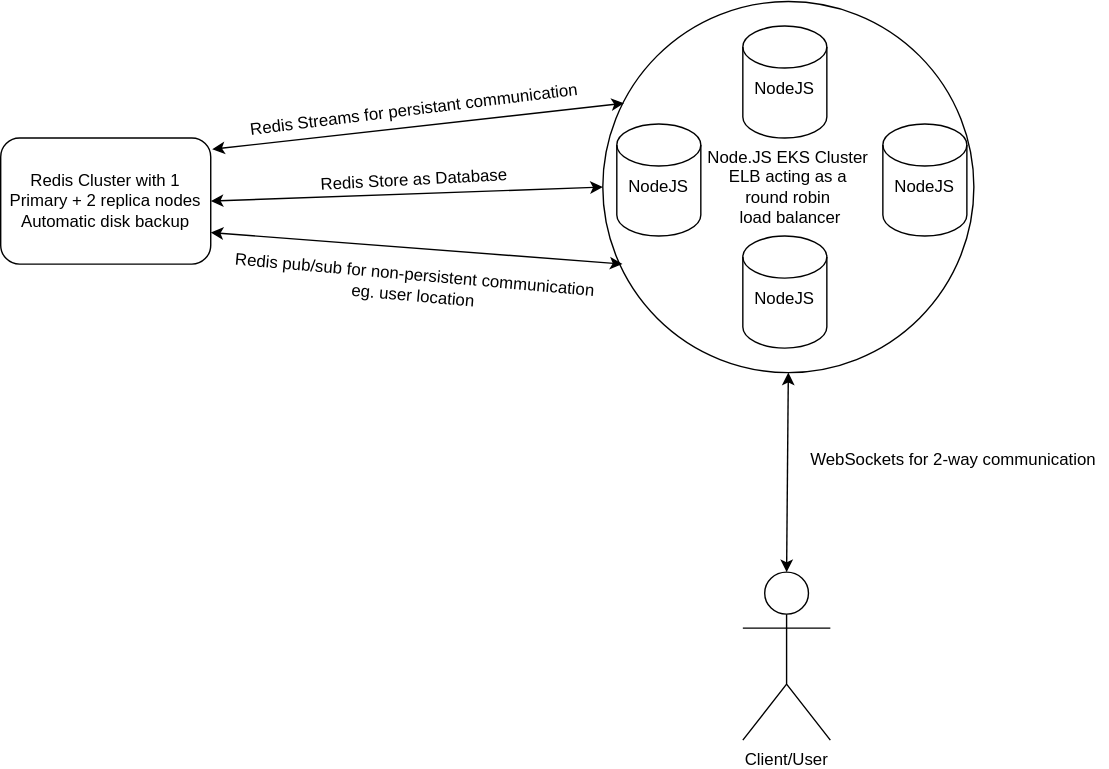
Above: collaborative.svg in sachinmour/collaboration (draw.io), before the change. Source tidied: cells renumbered, new cells last; positions are measured from the earlier drawing's top-left corner, leaving out a move shared by most shapes.
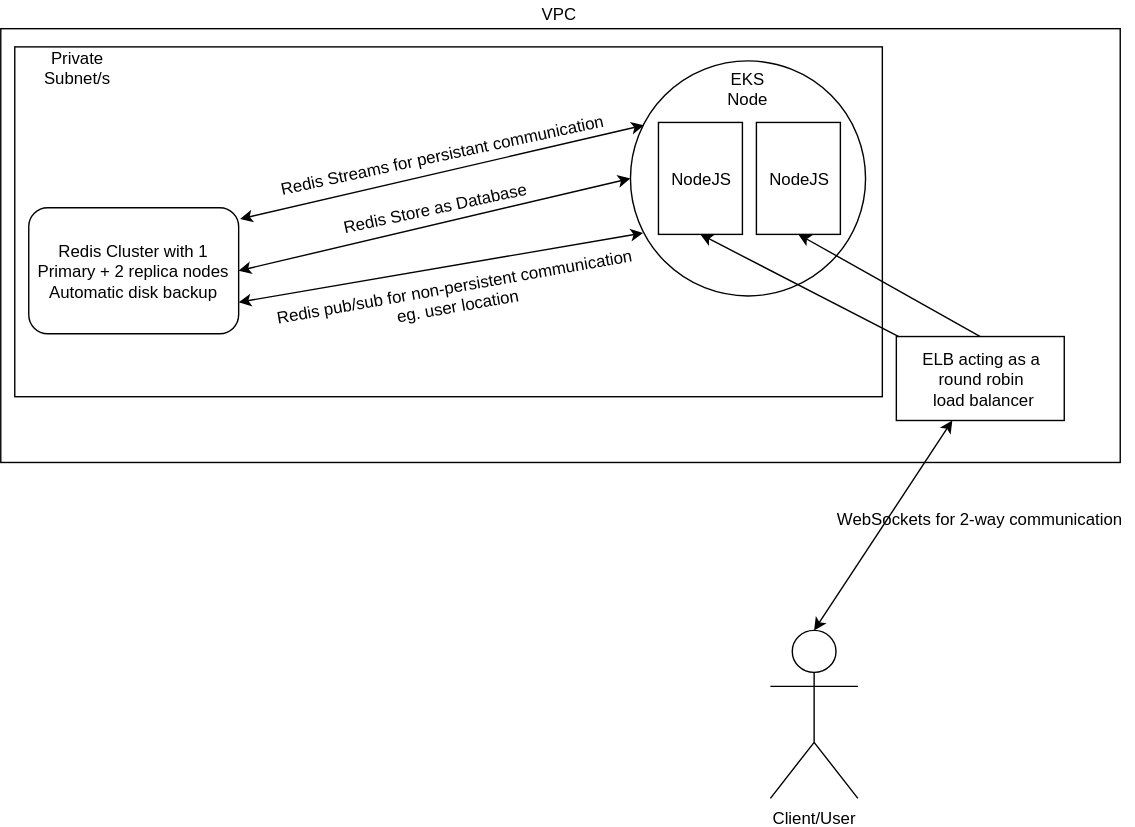
Later version of the same file.

Change to the diagram source:
```diff
@@ -2,52 +2,70 @@
   <root>
     <mxCell id="0" />
     <mxCell id="1" parent="0" />
-    <mxCell id="2" value="Redis Cluster with 1 Primary + 2 replica nodes&lt;br&gt;Automatic disk backup" style="rounded=1;whiteSpace=wrap;html=1;rotation=0;" parent="1" vertex="1">
-      <mxGeometry y="98" width="150" height="90" as="geometry" />
-    </mxCell>
+    <mxCell id="17" style="rounded=0;whiteSpace=wrap;html=1;" parent="1" vertex="1">
+      <mxGeometry x="-20" y="-22" width="800" height="310" as="geometry" />
+    </mxCell>
+    <mxCell id="18" style="rounded=0;whiteSpace=wrap;html=1;" parent="1" vertex="1">
+      <mxGeometry x="-10" y="-9" width="620" height="250" as="geometry" />
+    </mxCell>
-    <mxCell id="3" value="Node.JS EKS Cluster&lt;br&gt;ALB acting as a &lt;br&gt;round robin&lt;br&gt;&amp;nbsp;load balancer" style="ellipse;whiteSpace=wrap;html=1;" parent="1" vertex="1">
-      <mxGeometry x="430" y="0.5" width="265" height="265" as="geometry" />
+    <mxCell id="3" style="ellipse;whiteSpace=wrap;html=1;" parent="1" vertex="1">
+      <mxGeometry x="430" y="1" width="168" height="168" as="geometry" />
     </mxCell>
-    <mxCell id="4" value="NodeJS" style="shape=cylinder3;whiteSpace=wrap;html=1;boundedLbl=1;backgroundOutline=1;size=15;" parent="1" vertex="1">
-      <mxGeometry x="530" y="18" width="60" height="80" as="geometry" />
-    </mxCell>
     <mxCell id="5" value="NodeJS" style="shape=cylinder3;whiteSpace=wrap;html=1;boundedLbl=1;backgroundOutline=1;size=15;" parent="1" vertex="1">
-      <mxGeometry x="440" y="88" width="60" height="80" as="geometry" />
+      <mxGeometry x="450" y="45" width="60" height="80" as="geometry" />
     </mxCell>
-    <mxCell id="6" value="NodeJS" style="shape=cylinder3;whiteSpace=wrap;html=1;boundedLbl=1;backgroundOutline=1;size=15;" parent="1" vertex="1">
-      <mxGeometry x="630" y="88" width="60" height="80" as="geometry" />
-    </mxCell>
     <mxCell id="7" value="NodeJS" style="shape=cylinder3;whiteSpace=wrap;html=1;boundedLbl=1;backgroundOutline=1;size=15;" parent="1" vertex="1">
-      <mxGeometry x="530" y="168" width="60" height="80" as="geometry" />
+      <mxGeometry x="520" y="45" width="60" height="80" as="geometry" />
     </mxCell>
     <mxCell id="8" style="endArrow=classic;startArrow=classic;html=1;exitX=1.007;exitY=0.089;exitDx=0;exitDy=0;exitPerimeter=0;entryX=0.057;entryY=0.274;entryDx=0;entryDy=0;entryPerimeter=0;" parent="1" edge="1" source="2" target="3">
       <mxGeometry relative="1" as="geometry" />
     </mxCell>
-    <mxCell id="9" value="Redis Streams for persistant communication" style="text;html=1;align=center;verticalAlign=middle;rotation=-7;" parent="1" vertex="1">
-      <mxGeometry x="170" y="68" width="250" height="20" as="geometry" />
+    <mxCell id="9" value="Redis Streams for persistant communication" style="text;html=1;align=center;verticalAlign=middle;rotation=-12;" parent="1" vertex="1">
+      <mxGeometry x="170" y="58" width="250" height="20" as="geometry" />
     </mxCell>
-    <mxCell id="10" style="endArrow=classic;startArrow=classic;html=1;exitX=1;exitY=0.75;exitDx=0;exitDy=0;entryX=0.057;entryY=0.274;entryDx=0;entryDy=0;entryPerimeter=0;" parent="1" edge="1" source="2">
-      <mxGeometry relative="1" as="geometry">
-        <mxPoint x="444.1" y="188" as="targetPoint" />
-      </mxGeometry>
+    <mxCell id="10" style="endArrow=classic;startArrow=classic;html=1;exitX=1;exitY=0.75;exitDx=0;exitDy=0;entryX=0.054;entryY=0.732;entryDx=0;entryDy=0;entryPerimeter=0;" parent="1" edge="1" source="2" target="3">
+      <mxGeometry relative="1" as="geometry" />
     </mxCell>
-    <mxCell id="11" value="Redis pub/sub for non-persistent communication&lt;br&gt;eg. user location" style="text;html=1;align=center;verticalAlign=middle;rotation=5;" parent="1" vertex="1">
-      <mxGeometry x="160" y="188" width="270" height="30" as="geometry" />
+    <mxCell id="11" value="Redis pub/sub for non-persistent communication&lt;br&gt;eg. user location" style="text;html=1;align=center;verticalAlign=middle;rotation=-10;" parent="1" vertex="1">
+      <mxGeometry x="170" y="154" width="270" height="30" as="geometry" />
     </mxCell>
     <mxCell id="12" style="endArrow=classic;startArrow=classic;html=1;exitX=1;exitY=0.5;exitDx=0;exitDy=0;entryX=0;entryY=0.5;entryDx=0;entryDy=0;" parent="1" edge="1" source="2" target="3">
       <mxGeometry relative="1" as="geometry" />
     </mxCell>
-    <mxCell id="13" value="Redis Store as Database" style="text;html=1;align=center;verticalAlign=middle;rotation=-3;" parent="1" vertex="1">
-      <mxGeometry x="220" y="118" width="150" height="20" as="geometry" />
+    <mxCell id="13" value="Redis Store as Database" style="text;html=1;align=center;verticalAlign=middle;rotation=-12;" parent="1" vertex="1">
+      <mxGeometry x="215" y="96" width="150" height="20" as="geometry" />
     </mxCell>
     <mxCell id="14" value="Client/User" style="shape=umlActor;verticalLabelPosition=bottom;verticalAlign=top;html=1;outlineConnect=0;" parent="1" vertex="1">
       <mxGeometry x="530" y="408" width="62.5" height="120" as="geometry" />
     </mxCell>
-    <mxCell id="15" style="endArrow=classic;startArrow=classic;html=1;exitX=0.5;exitY=0;exitDx=0;exitDy=0;exitPerimeter=0;entryX=0.5;entryY=1;entryDx=0;entryDy=0;" parent="1" edge="1" source="14" target="3">
-      <mxGeometry relative="1" as="geometry" />
+    <mxCell id="15" style="endArrow=classic;startArrow=classic;html=1;exitX=0.5;exitY=0;exitDx=0;exitDy=0;exitPerimeter=0;" parent="1" edge="1" source="14">
+      <mxGeometry relative="1" as="geometry">
+        <mxPoint x="660" y="258" as="targetPoint" />
+      </mxGeometry>
     </mxCell>
     <mxCell id="16" value="WebSockets for 2-way communication" style="text;html=1;align=center;verticalAlign=middle;rotation=0;" parent="1" vertex="1">
       <mxGeometry x="570" y="318" width="220" height="20" as="geometry" />
     </mxCell>
+    <mxCell id="19" value="&lt;div&gt;&lt;span&gt;ELB acting as a&lt;/span&gt;&lt;br&gt;&lt;/div&gt;&lt;div&gt;round robin&lt;/div&gt;&lt;div&gt;&amp;nbsp;load balancer&lt;/div&gt;" style="rounded=0;whiteSpace=wrap;html=1;" parent="1" vertex="1">
+      <mxGeometry x="620" y="198" width="120" height="60" as="geometry" />
+    </mxCell>
+    <mxCell id="20" style="endArrow=classic;html=1;entryX=0.5;entryY=1;entryDx=0;entryDy=0;" parent="1" edge="1" source="19" target="5">
+      <mxGeometry relative="1" as="geometry" />
+    </mxCell>
+    <mxCell id="21" style="endArrow=classic;html=1;entryX=0.5;entryY=1;entryDx=0;entryDy=0;exitX=0.5;exitY=0;exitDx=0;exitDy=0;" parent="1" edge="1" source="19" target="7">
+      <mxGeometry relative="1" as="geometry" />
+    </mxCell>
+    <mxCell id="22" value="VPC" style="text;html=1;align=left;verticalAlign=top;spacingTop=-4;" parent="1" vertex="1">
+      <mxGeometry x="365" y="-42" width="40" height="20" as="geometry" />
+    </mxCell>
+    <mxCell id="2" value="Redis Cluster with 1 Primary + 2 replica nodes&lt;br&gt;Automatic disk backup" style="rounded=1;whiteSpace=wrap;html=1;rotation=0;" parent="1" vertex="1">
+      <mxGeometry y="106" width="150" height="90" as="geometry" />
+    </mxCell>
+    <mxCell id="23" value="Private Subnet/s" style="text;html=1;strokeColor=none;fillColor=none;align=center;verticalAlign=middle;whiteSpace=wrap;rounded=0;" parent="1" vertex="1">
+      <mxGeometry x="-10" y="-9" width="90" height="30" as="geometry" />
+    </mxCell>
+    <mxCell id="24" value="EKS Node" style="text;html=1;strokeColor=none;fillColor=none;align=center;verticalAlign=middle;whiteSpace=wrap;rounded=0;" parent="1" vertex="1">
+      <mxGeometry x="494" y="11" width="40" height="20" as="geometry" />
+    </mxCell>
   </root>
 </mxGraphModel>
```
